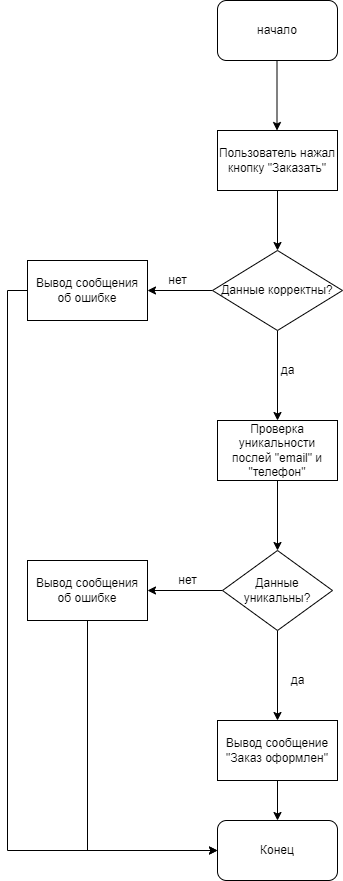
This is Untitled Diagram.drawio.png from emptyzee/emptyzee, a draw.io export, as it was before one commit. Source tidied: cells renumbered, new cells last; positions are measured from the earlier drawing's top-left corner, leaving out a move shared by most shapes. The source it was exported from:
```xml
<mxGraphModel>
  <root>
    <mxCell id="0" />
    <mxCell id="1" parent="0" />
    <mxCell id="2" style="edgeStyle=orthogonalEdgeStyle;rounded=0;orthogonalLoop=1;jettySize=auto;html=1;startSize=3;" parent="1" edge="1">
      <mxGeometry relative="1" as="geometry">
        <mxPoint x="249.5" y="60" as="sourcePoint" />
        <mxPoint x="249.5" y="130" as="targetPoint" />
      </mxGeometry>
    </mxCell>
    <mxCell id="3" value="начало" style="rounded=1;whiteSpace=wrap;html=1;" parent="1" vertex="1">
      <mxGeometry x="190" width="120" height="60" as="geometry" />
    </mxCell>
    <mxCell id="4" style="edgeStyle=orthogonalEdgeStyle;rounded=0;jettySize=auto;html=1;startSize=3;" parent="1" edge="1" source="5" target="8">
      <mxGeometry relative="1" as="geometry" />
    </mxCell>
    <mxCell id="5" value="Пользователь нажал кнопку &quot;Заказать&quot;" style="rounded=0;whiteSpace=wrap;html=1;" parent="1" vertex="1">
      <mxGeometry x="190" y="130" width="120" height="60" as="geometry" />
    </mxCell>
    <mxCell id="6" style="edgeStyle=orthogonalEdgeStyle;rounded=0;jettySize=auto;html=1;startSize=3;" parent="1" edge="1" source="8" target="10">
      <mxGeometry relative="1" as="geometry" />
    </mxCell>
    <mxCell id="7" style="edgeStyle=orthogonalEdgeStyle;rounded=0;jettySize=auto;html=1;startSize=3;" parent="1" edge="1" source="8" target="13">
      <mxGeometry relative="1" as="geometry" />
    </mxCell>
    <mxCell id="8" value="Данные корректны?" style="rhombus;whiteSpace=wrap;html=1;" parent="1" vertex="1">
      <mxGeometry x="185" y="250" width="130" height="80" as="geometry" />
    </mxCell>
    <mxCell id="9" style="edgeStyle=orthogonalEdgeStyle;rounded=0;jettySize=auto;html=1;exitX=0;exitY=0.5;exitDx=0;exitDy=0;entryX=0;entryY=0.5;entryDx=0;entryDy=0;startSize=3;" parent="1" edge="1" source="10" target="24">
      <mxGeometry relative="1" as="geometry" />
    </mxCell>
    <mxCell id="10" value="Вывод сообщения об ошибке" style="whiteSpace=wrap;html=1;" parent="1" vertex="1">
      <mxGeometry y="260" width="120" height="60" as="geometry" />
    </mxCell>
    <mxCell id="11" value="нет" style="text;html=1;align=center;verticalAlign=middle;strokeColor=none;fillColor=none;" parent="1" vertex="1">
      <mxGeometry x="135" y="270" width="30" height="20" as="geometry" />
    </mxCell>
    <mxCell id="12" style="edgeStyle=orthogonalEdgeStyle;rounded=0;jettySize=auto;html=1;startSize=3;" parent="1" edge="1" source="13" target="17">
      <mxGeometry relative="1" as="geometry" />
    </mxCell>
    <mxCell id="13" value="Проверка уникальности послей &quot;email&quot; и &quot;телефон&quot;" style="whiteSpace=wrap;html=1;" parent="1" vertex="1">
      <mxGeometry x="190" y="420" width="120" height="60" as="geometry" />
    </mxCell>
    <mxCell id="14" value="да" style="text;html=1;align=center;verticalAlign=middle;strokeColor=none;fillColor=none;" parent="1" vertex="1">
      <mxGeometry x="245" y="360" width="30" height="20" as="geometry" />
    </mxCell>
    <mxCell id="15" style="edgeStyle=orthogonalEdgeStyle;rounded=0;jettySize=auto;html=1;startSize=3;" parent="1" edge="1" source="17" target="19">
      <mxGeometry relative="1" as="geometry" />
    </mxCell>
    <mxCell id="16" style="edgeStyle=orthogonalEdgeStyle;rounded=0;jettySize=auto;html=1;startSize=3;" parent="1" edge="1" source="17" target="22">
      <mxGeometry relative="1" as="geometry" />
    </mxCell>
    <mxCell id="17" value="Данные уникальны?" style="rhombus;whiteSpace=wrap;html=1;" parent="1" vertex="1">
      <mxGeometry x="195" y="550" width="110" height="80" as="geometry" />
    </mxCell>
    <mxCell id="18" style="edgeStyle=orthogonalEdgeStyle;rounded=0;jettySize=auto;html=1;startSize=3;" parent="1" edge="1" source="19" target="24">
      <mxGeometry relative="1" as="geometry" />
    </mxCell>
    <mxCell id="19" value="Вывод сообщение &quot;Заказ оформлен&quot;" style="whiteSpace=wrap;html=1;" parent="1" vertex="1">
      <mxGeometry x="190" y="720" width="120" height="60" as="geometry" />
    </mxCell>
    <mxCell id="20" value="да" style="text;html=1;align=center;verticalAlign=middle;strokeColor=none;fillColor=none;" parent="1" vertex="1">
      <mxGeometry x="255" y="670" width="30" height="20" as="geometry" />
    </mxCell>
    <mxCell id="21" style="edgeStyle=orthogonalEdgeStyle;rounded=0;jettySize=auto;html=1;exitX=0.5;exitY=1;exitDx=0;exitDy=0;entryX=0;entryY=0.5;entryDx=0;entryDy=0;startSize=3;" parent="1" edge="1" source="22" target="24">
      <mxGeometry relative="1" as="geometry" />
    </mxCell>
    <mxCell id="22" value="Вывод сообщения об ошибке" style="whiteSpace=wrap;html=1;" parent="1" vertex="1">
      <mxGeometry y="560" width="120" height="60" as="geometry" />
    </mxCell>
    <mxCell id="23" value="нет" style="text;html=1;align=center;verticalAlign=middle;strokeColor=none;fillColor=none;" parent="1" vertex="1">
      <mxGeometry x="145" y="570" width="30" height="20" as="geometry" />
    </mxCell>
    <mxCell id="24" value="Конец" style="rounded=1;whiteSpace=wrap;html=1;" parent="1" vertex="1">
      <mxGeometry x="190" y="820" width="120" height="60" as="geometry" />
    </mxCell>
  </root>
</mxGraphModel>
```
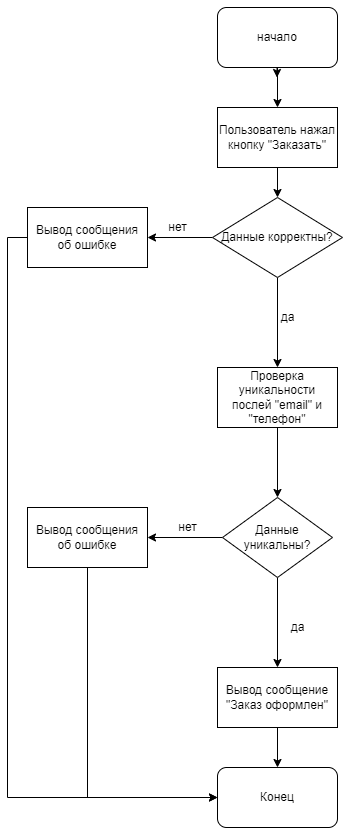
Later version of the same file.

Change to the diagram source:
```diff
@@ -8,14 +8,17 @@
         <mxPoint x="249.5" y="130" as="targetPoint" />
       </mxGeometry>
     </mxCell>
+    <mxCell id="25" style="edgeStyle=orthogonalEdgeStyle;rounded=0;jettySize=auto;html=1;startSize=3;" parent="1" edge="1" source="3" target="5">
+      <mxGeometry relative="1" as="geometry" />
+    </mxCell>
     <mxCell id="3" value="начало" style="rounded=1;whiteSpace=wrap;html=1;" parent="1" vertex="1">
-      <mxGeometry x="190" width="120" height="60" as="geometry" />
+      <mxGeometry x="190" y="60" width="120" height="60" as="geometry" />
     </mxCell>
     <mxCell id="4" style="edgeStyle=orthogonalEdgeStyle;rounded=0;jettySize=auto;html=1;startSize=3;" parent="1" edge="1" source="5" target="8">
       <mxGeometry relative="1" as="geometry" />
     </mxCell>
     <mxCell id="5" value="Пользователь нажал кнопку &quot;Заказать&quot;" style="rounded=0;whiteSpace=wrap;html=1;" parent="1" vertex="1">
-      <mxGeometry x="190" y="130" width="120" height="60" as="geometry" />
+      <mxGeometry x="190" y="160" width="120" height="60" as="geometry" />
     </mxCell>
     <mxCell id="6" style="edgeStyle=orthogonalEdgeStyle;rounded=0;jettySize=auto;html=1;startSize=3;" parent="1" edge="1" source="8" target="10">
       <mxGeometry relative="1" as="geometry" />
```
